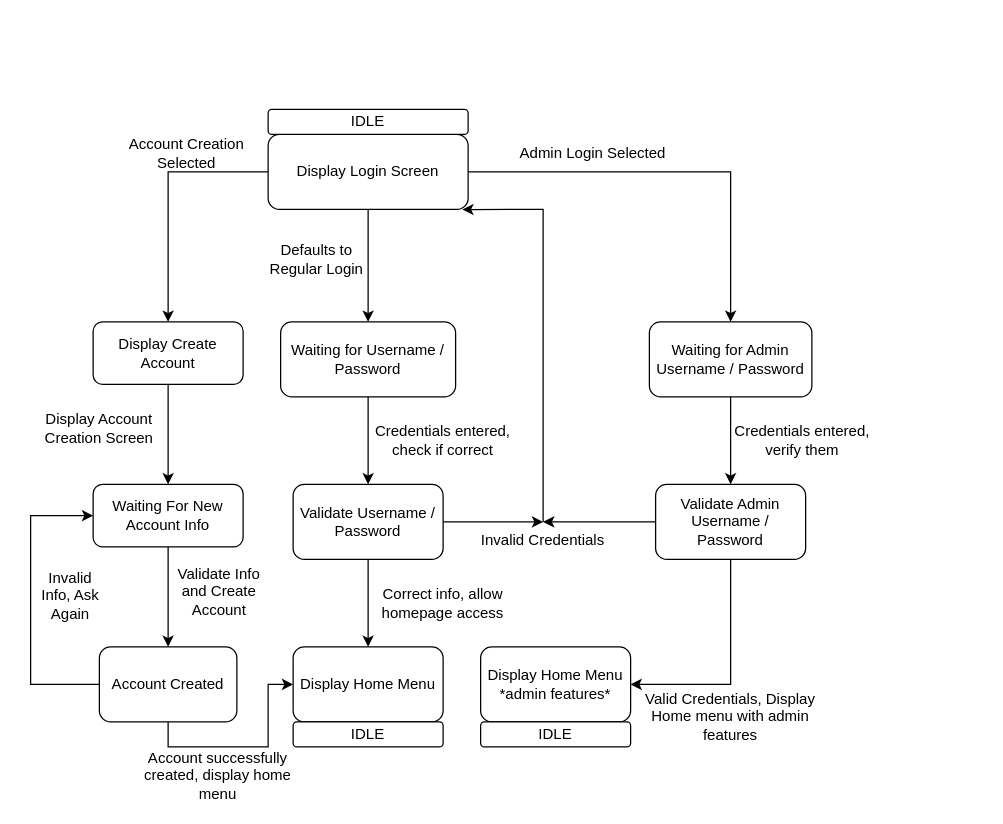
Before: D6a-Statecharts/Login Statechart.drawio in Glizzus/COMP-3700, a draw.io diagram. Source tidied: cells renumbered, new cells numbered last; positions are measured from the earlier drawing's top-left corner, leaving out a move shared by most shapes. Both pictures are drawn from the tidied source at 125%, with x=0, y=0 at pixel (30, 109).
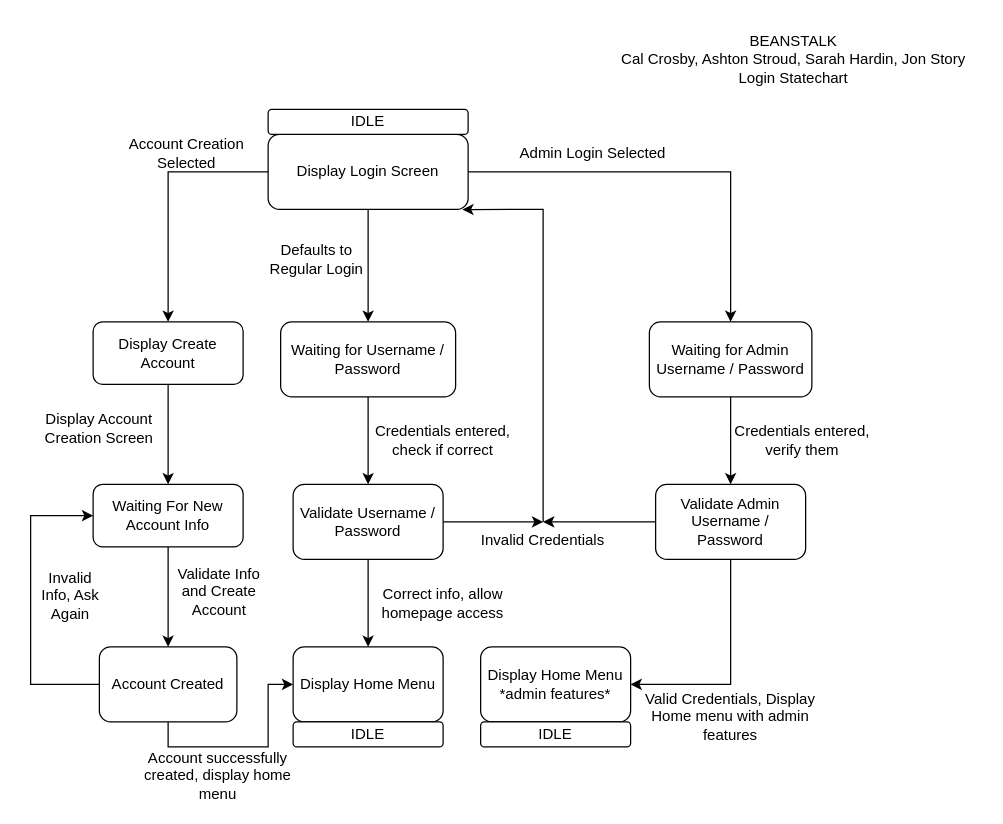
Above is the later version.

Diff of the diagram source:
```diff
@@
+    <mxCell id="43" value="BEANSTALK&lt;br&gt;Cal Crosby, Ashton Stroud, Sarah Hardin, Jon Story&lt;br&gt;Login Statechart" style="text;html=1;align=center;verticalAlign=middle;strokeColor=none;fillColor=none;" parent="1" vertex="1">
+      <mxGeometry x="460" y="-70" width="300" height="60" as="geometry" />
+    </mxCell>
```
